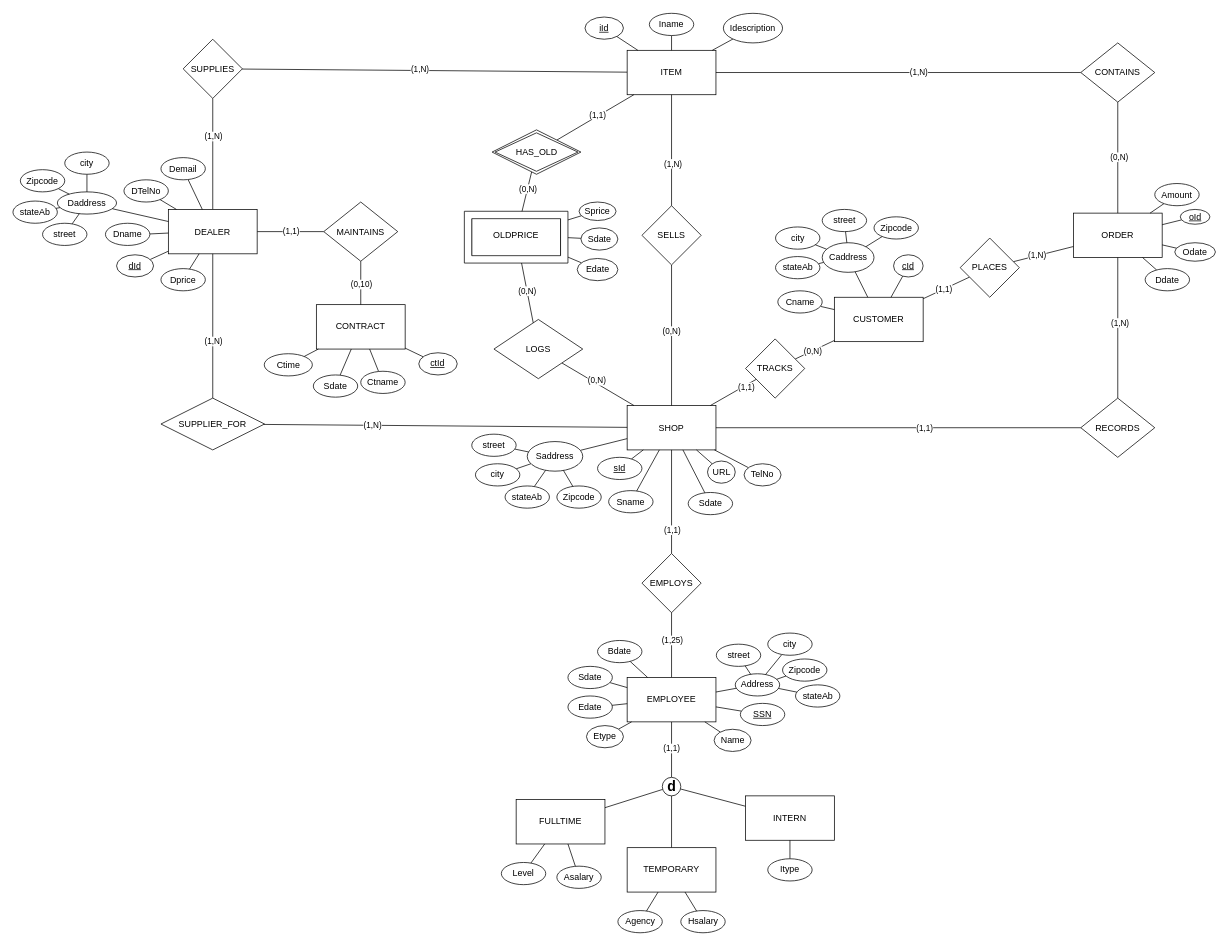
Earlier version of the draw.io diagram EER_Diagram.drawio (n1ck007/cse3330_project). Source tidied: cells renumbered, new cells numbered last; positions are measured from the earlier drawing's top-left corner, leaving out a move shared by most shapes. Both pictures are drawn from the tidied source at 74%, with x=0, y=0 at pixel (13, 13).
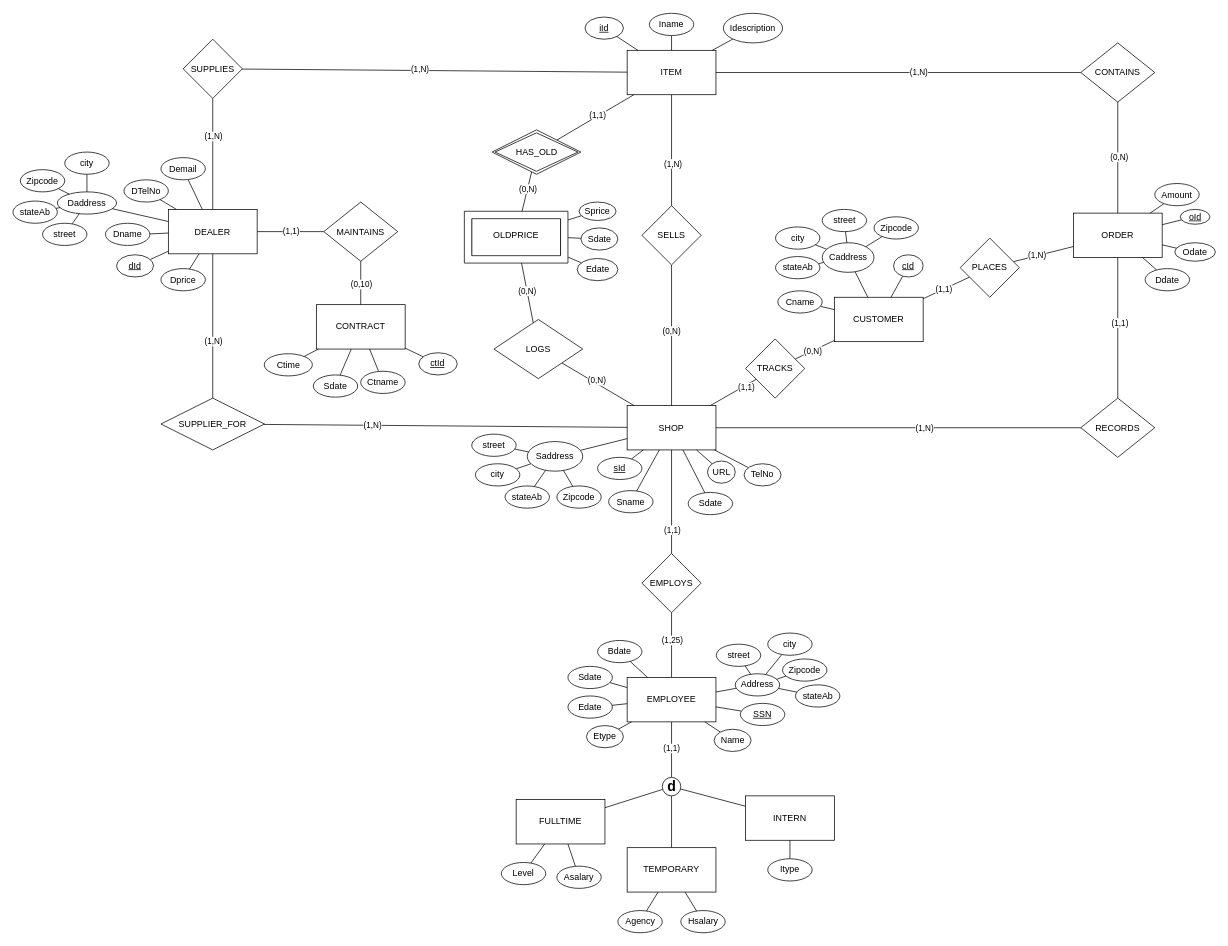
The same diagram, later.

Commit message:
fixed backwards min,max

Unchanged cells that the change refers to:
```xml
<mxCell id="68" style="rounded=0;jettySize=auto;html=1;endArrow=none;endFill=0;" parent="1" edge="1" source="72" target="51">
  <mxGeometry relative="1" as="geometry" />
</mxCell>
<mxCell id="70" style="edgeStyle=none;rounded=0;jettySize=auto;html=1;endArrow=none;endFill=0;" parent="1" edge="1" source="72" target="2">
  <mxGeometry relative="1" as="geometry" />
</mxCell>
```

Diff of the diagram source:
```diff
@@
-    <mxCell id="69" value="(1,N)" style="edgeLabel;html=1;align=center;verticalAlign=middle;" parent="68" vertex="1">
+    <mxCell id="69" value="(1,1)" style="edgeLabel;html=1;align=center;verticalAlign=middle;" parent="68" vertex="1">
       <mxGeometry x="0.07" y="-2" relative="1" as="geometry" />
     </mxCell>
@@
-    <mxCell id="71" value="(1,1)" style="edgeLabel;html=1;align=center;verticalAlign=middle;" parent="70" vertex="1">
+    <mxCell id="71" value="(1,N)" style="edgeLabel;html=1;align=center;verticalAlign=middle;" parent="70" vertex="1">
       <mxGeometry x="-0.61" y="1" relative="1" as="geometry">
         <mxPoint x="-116" y="-1" as="offset" />
       </mxGeometry>
     </mxCell>
```
